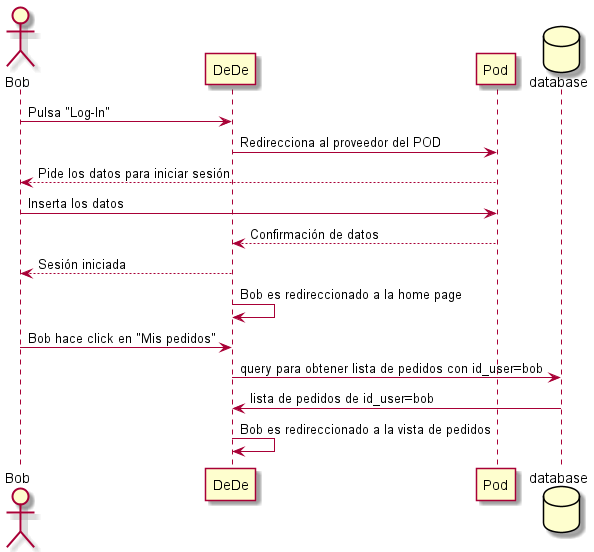
This is images/06_runtime_verPedido.png from Arquisoft/dede_es6b, a PlantUML export, as it was before one commit.
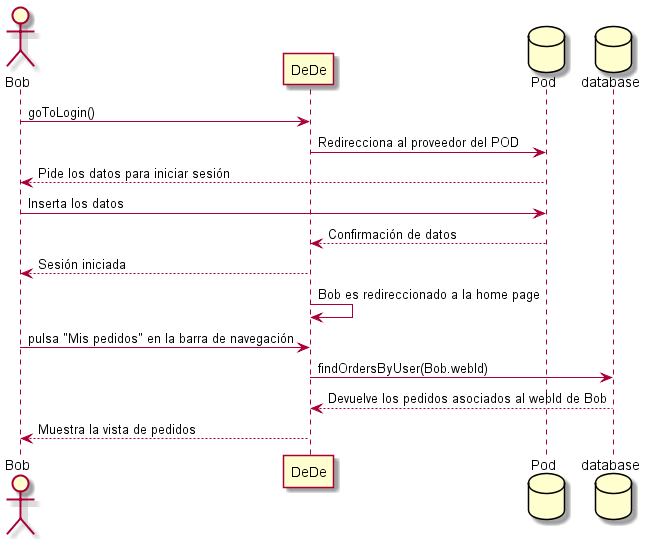
Later version of the same file.

Change to the diagram source:
```diff
@@ -1,17 +1,17 @@
 @startuml
 actor Bob
 participant DeDe
-participant Pod
+database Pod
 database database
-Bob -> DeDe: Pulsa "Log-In"
+Bob -> DeDe: goToLogin()
 DeDe -> Pod: Redirecciona al proveedor del POD
 Bob <-- Pod: Pide los datos para iniciar sesión
 Bob -> Pod: Inserta los datos
 DeDe <-- Pod: Confirmación de datos
 Bob <-- DeDe: Sesión iniciada
 DeDe -> DeDe: Bob es redireccionado a la home page
-Bob -> DeDe: Bob hace click en "Mis pedidos"
-database <- DeDe: query para obtener lista de pedidos con id_user=bob
-database -> DeDe: lista de pedidos de id_user=bob
-DeDe -> DeDe: Bob es redireccionado a la vista de pedidos
+Bob -> DeDe: pulsa "Mis pedidos" en la barra de navegación
+DeDe -> database: findOrdersByUser(Bob.webId)
+DeDe <-- database: Devuelve los pedidos asociados al webId de Bob
+Bob <-- DeDe: Muestra la vista de pedidos
 @enduml
```
